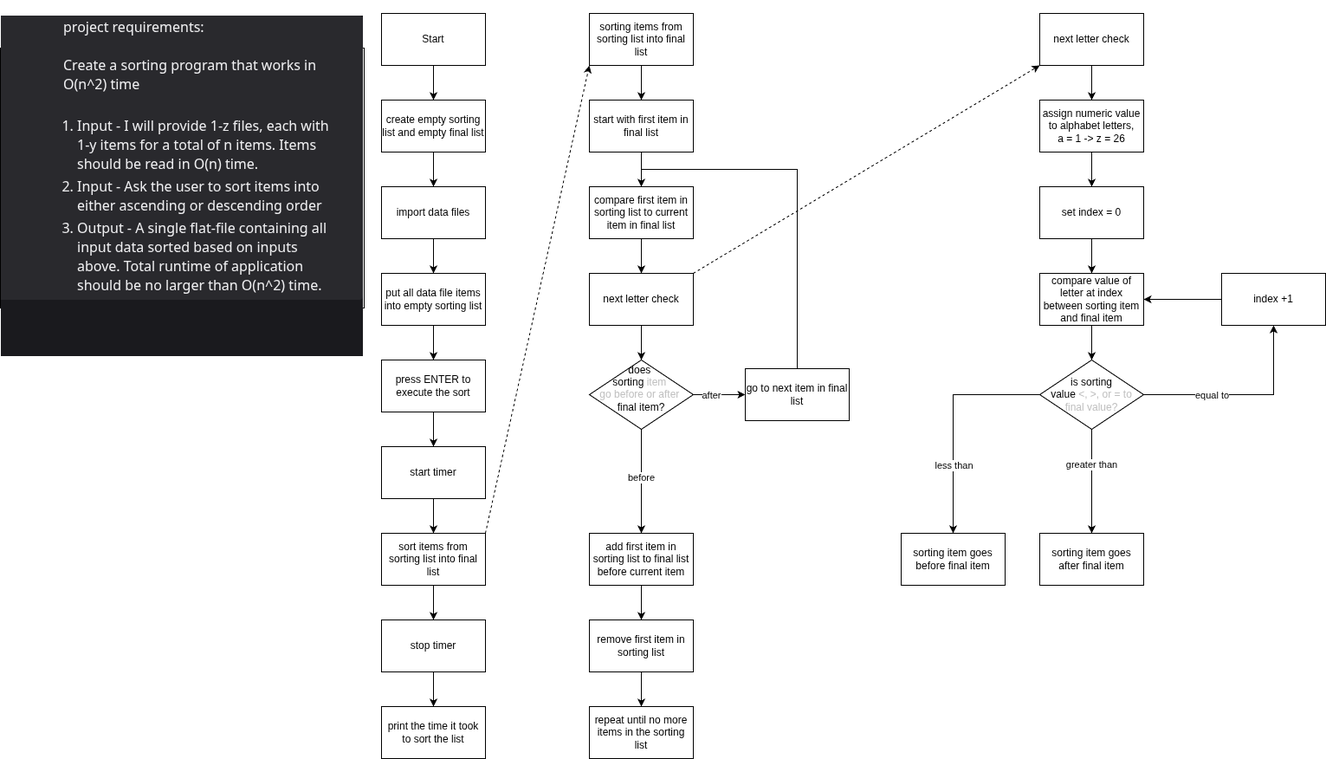
The draw.io diagram lessons/hiru_101/src/sorting_project/docs/solution_flowchart.drawio.png in scurvybird/udemy, before a commit. Source tidied: cells renumbered, new cells last; positions are measured from the earlier drawing's top-left corner, leaving out a move shared by most shapes.
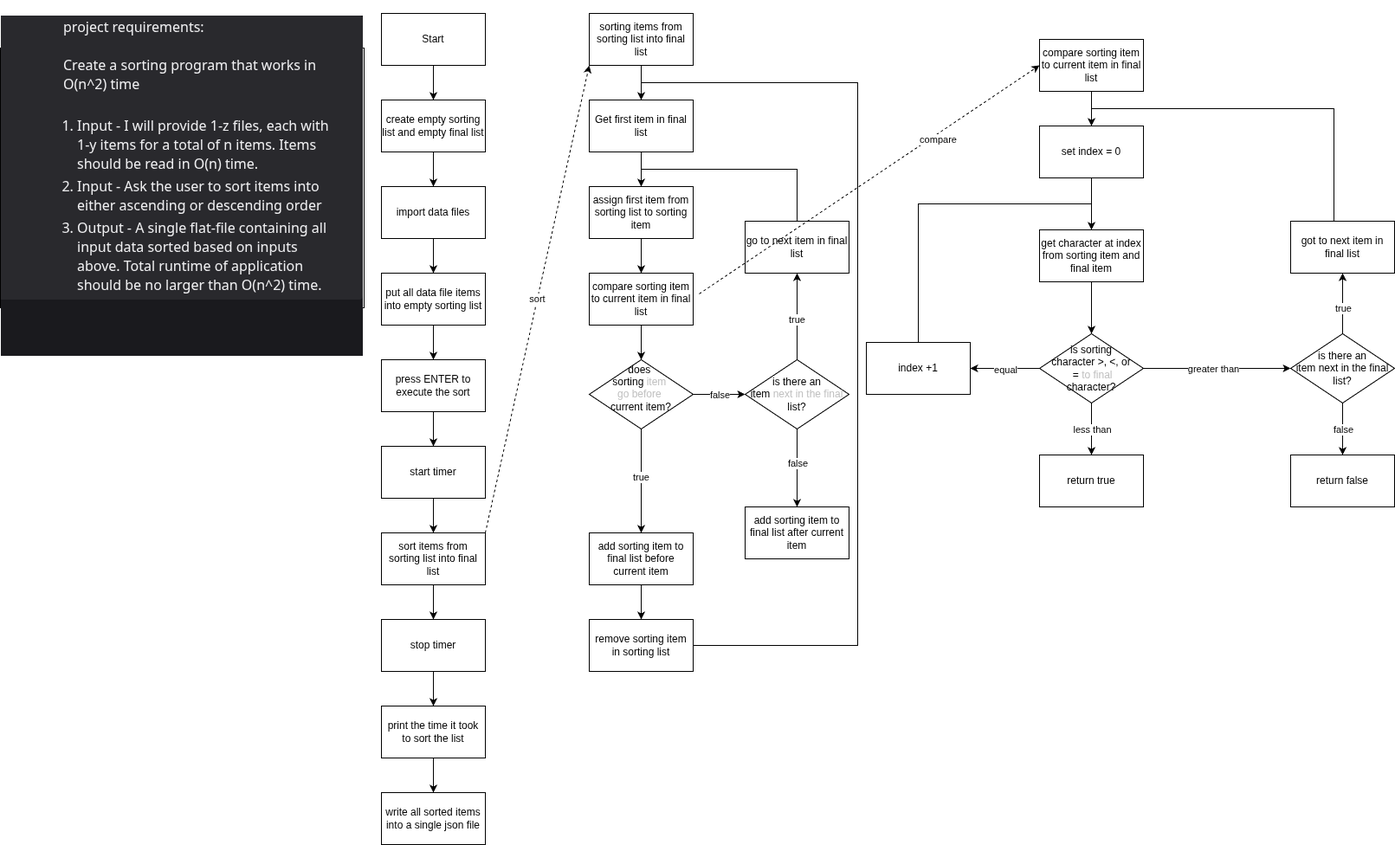
Later version of the same file.

Commit message:
feat: started writing code for sorting_program

What changed in the source:
```diff
@@ -29,30 +29,6 @@
     <mxCell id="10" value="put all data file items into empty sorting list" style="whiteSpace=wrap;html=1;rounded=0;" parent="1" vertex="1">
       <mxGeometry x="440" y="300" width="120" height="60" as="geometry" />
     </mxCell>
-    <mxCell id="11" style="edgeStyle=none;html=1;" parent="1" edge="1" source="12" target="18">
-      <mxGeometry relative="1" as="geometry" />
-    </mxCell>
-    <mxCell id="12" value="next letter check" style="rounded=0;whiteSpace=wrap;html=1;" parent="1" vertex="1">
-      <mxGeometry x="1200" width="120" height="60" as="geometry" />
-    </mxCell>
-    <mxCell id="13" style="edgeStyle=none;html=1;" parent="1" edge="1" source="14" target="50">
-      <mxGeometry relative="1" as="geometry" />
-    </mxCell>
-    <mxCell id="14" value="set index = 0" style="whiteSpace=wrap;html=1;rounded=0;" parent="1" vertex="1">
-      <mxGeometry x="1200" y="200" width="120" height="60" as="geometry" />
-    </mxCell>
-    <mxCell id="15" style="edgeStyle=none;html=1;" parent="1" edge="1" source="16" target="50">
-      <mxGeometry relative="1" as="geometry" />
-    </mxCell>
-    <mxCell id="16" value="index +1" style="rounded=0;whiteSpace=wrap;html=1;" parent="1" vertex="1">
-      <mxGeometry x="1410" y="300" width="120" height="60" as="geometry" />
-    </mxCell>
-    <mxCell id="17" style="edgeStyle=none;html=1;" parent="1" edge="1" source="18" target="14">
-      <mxGeometry relative="1" as="geometry" />
-    </mxCell>
-    <mxCell id="18" value="assign numeric value to alphabet letters,&lt;div&gt;a = 1 -&amp;gt; z = 26&lt;/div&gt;" style="whiteSpace=wrap;html=1;rounded=0;" parent="1" vertex="1">
-      <mxGeometry x="1200" y="100" width="120" height="60" as="geometry" />
-    </mxCell>
     <mxCell id="19" style="edgeStyle=none;html=1;" parent="1" edge="1" source="20" target="22">
       <mxGeometry relative="1" as="geometry" />
     </mxCell>
@@ -68,7 +44,7 @@
     <mxCell id="23" style="edgeStyle=none;html=1;" parent="1" edge="1" source="25" target="27">
       <mxGeometry relative="1" as="geometry" />
     </mxCell>
-    <mxCell id="24" style="edgeStyle=none;html=1;exitX=1;exitY=0;exitDx=0;exitDy=0;entryX=0;entryY=1;entryDx=0;entryDy=0;dashed=1;" parent="1" edge="1" source="25" target="30">
+    <mxCell id="24" value="sort" style="edgeStyle=none;html=1;exitX=1;exitY=0;exitDx=0;exitDy=0;entryX=0;entryY=1;entryDx=0;entryDy=0;dashed=1;" parent="1" edge="1" source="25" target="30">
       <mxGeometry relative="1" as="geometry" />
     </mxCell>
     <mxCell id="25" value="sort items from sorting list into final list" style="whiteSpace=wrap;html=1;rounded=0;" parent="1" vertex="1">
@@ -80,6 +56,9 @@
     <mxCell id="27" value="stop timer" style="whiteSpace=wrap;html=1;rounded=0;" parent="1" vertex="1">
       <mxGeometry x="440" y="700" width="120" height="60" as="geometry" />
     </mxCell>
+    <mxCell id="61" style="edgeStyle=none;html=1;" parent="1" edge="1" source="28" target="90">
+      <mxGeometry relative="1" as="geometry" />
+    </mxCell>
     <mxCell id="28" value="print the time it took to sort the list" style="whiteSpace=wrap;html=1;rounded=0;" parent="1" vertex="1">
       <mxGeometry x="440" y="800" width="120" height="60" as="geometry" />
     </mxCell>
@@ -92,30 +71,30 @@
     <mxCell id="31" style="edgeStyle=none;html=1;" parent="1" edge="1" source="32" target="48">
       <mxGeometry relative="1" as="geometry" />
     </mxCell>
-    <mxCell id="32" value="compare first item in sorting list to current item in final list" style="whiteSpace=wrap;html=1;rounded=0;" parent="1" vertex="1">
+    <mxCell id="32" value="assign first item from sorting list to sorting item" style="whiteSpace=wrap;html=1;rounded=0;" parent="1" vertex="1">
       <mxGeometry x="680" y="200" width="120" height="60" as="geometry" />
     </mxCell>
-    <mxCell id="33" style="edgeStyle=none;html=1;" parent="1" edge="1" source="37" target="41">
-      <mxGeometry relative="1" as="geometry" />
-    </mxCell>
-    <mxCell id="34" value="after" style="edgeLabel;html=1;align=center;verticalAlign=middle;" parent="33" vertex="1">
-      <mxGeometry x="-0.17" y="2" relative="1" as="geometry">
-        <mxPoint x="-5" y="2" as="offset" />
-      </mxGeometry>
-    </mxCell>
     <mxCell id="35" style="edgeStyle=none;html=1;" parent="1" edge="1" source="37" target="43">
       <mxGeometry relative="1" as="geometry" />
     </mxCell>
-    <mxCell id="36" value="before" style="edgeLabel;html=1;align=center;verticalAlign=middle;" parent="35" vertex="1">
+    <mxCell id="36" value="true" style="edgeLabel;html=1;align=center;verticalAlign=middle;" parent="35" vertex="1">
       <mxGeometry x="-0.08" y="-1" relative="1" as="geometry" />
     </mxCell>
+    <mxCell id="62" style="edgeStyle=none;html=1;" parent="1" edge="1" source="37" target="82">
+      <mxGeometry relative="1" as="geometry" />
+    </mxCell>
+    <mxCell id="63" value="false" style="edgeLabel;html=1;align=center;verticalAlign=middle;" parent="62" vertex="1">
+      <mxGeometry x="-0.12" relative="1" as="geometry">
+        <mxPoint x="4" as="offset" />
+      </mxGeometry>
+    </mxCell>
-    <mxCell id="37" value="does&amp;nbsp;&lt;div&gt;sorting&amp;nbsp;&lt;span style=&quot;color: rgb(192, 192, 192); background-color: transparent;&quot;&gt;item&amp;nbsp;&lt;/span&gt;&lt;/div&gt;&lt;div&gt;&lt;span style=&quot;color: rgb(192, 192, 192); background-color: transparent;&quot;&gt;go before&amp;nbsp;&lt;/span&gt;&lt;span style=&quot;background-color: transparent; color: rgb(192, 192, 192);&quot;&gt;or after&amp;nbsp;&lt;/span&gt;&lt;div&gt;&lt;div&gt;final item?&lt;/div&gt;&lt;/div&gt;&lt;/div&gt;&lt;div&gt;&lt;br&gt;&lt;/div&gt;" style="rhombus;whiteSpace=wrap;html=1;rounded=0;" parent="1" vertex="1">
+    <mxCell id="37" value="does&amp;nbsp;&lt;div&gt;sorting&amp;nbsp;&lt;span style=&quot;color: rgb(192, 192, 192); background-color: transparent;&quot;&gt;item&amp;nbsp;&lt;/span&gt;&lt;/div&gt;&lt;div&gt;&lt;span style=&quot;color: rgb(192, 192, 192); background-color: transparent;&quot;&gt;go before&lt;/span&gt;&lt;span style=&quot;background-color: transparent; color: rgb(192, 192, 192);&quot;&gt;&amp;nbsp;&lt;/span&gt;&lt;div&gt;&lt;div&gt;current item?&lt;/div&gt;&lt;/div&gt;&lt;/div&gt;&lt;div&gt;&lt;br&gt;&lt;/div&gt;" style="rhombus;whiteSpace=wrap;html=1;rounded=0;" parent="1" vertex="1">
       <mxGeometry x="680" y="400" width="120" height="80" as="geometry" />
     </mxCell>
     <mxCell id="38" style="edgeStyle=none;html=1;" parent="1" edge="1" source="39" target="32">
       <mxGeometry relative="1" as="geometry" />
     </mxCell>
-    <mxCell id="39" value="start with first item in final list" style="whiteSpace=wrap;html=1;rounded=0;" parent="1" vertex="1">
+    <mxCell id="39" value="Get first item in final list" style="whiteSpace=wrap;html=1;rounded=0;" parent="1" vertex="1">
       <mxGeometry x="680" y="100" width="120" height="60" as="geometry" />
     </mxCell>
     <mxCell id="40" style="edgeStyle=orthogonalEdgeStyle;html=1;exitX=0.5;exitY=0;exitDx=0;exitDy=0;entryX=0.5;entryY=0;entryDx=0;entryDy=0;rounded=0;curved=0;" parent="1" edge="1" source="41" target="32">
@@ -127,75 +106,147 @@
       </mxGeometry>
     </mxCell>
     <mxCell id="41" value="go to next item in final list" style="whiteSpace=wrap;html=1;rounded=0;" parent="1" vertex="1">
-      <mxGeometry x="860" y="410" width="120" height="60" as="geometry" />
+      <mxGeometry x="860" y="240" width="120" height="60" as="geometry" />
     </mxCell>
     <mxCell id="42" style="edgeStyle=none;html=1;" parent="1" edge="1" source="43" target="45">
       <mxGeometry relative="1" as="geometry" />
     </mxCell>
-    <mxCell id="43" value="add first item in sorting list to final list before current item" style="whiteSpace=wrap;html=1;rounded=0;" parent="1" vertex="1">
+    <mxCell id="43" value="add sorting item to final list before current item" style="whiteSpace=wrap;html=1;rounded=0;" parent="1" vertex="1">
       <mxGeometry x="680" y="600" width="120" height="60" as="geometry" />
     </mxCell>
-    <mxCell id="44" style="edgeStyle=none;html=1;" parent="1" edge="1" source="45" target="60">
-      <mxGeometry relative="1" as="geometry" />
+    <mxCell id="44" style="edgeStyle=orthogonalEdgeStyle;html=1;entryX=0.5;entryY=0;entryDx=0;entryDy=0;rounded=0;curved=0;" parent="1" edge="1" source="45" target="39">
+      <mxGeometry relative="1" as="geometry">
+        <Array as="points">
+          <mxPoint x="990" y="730" />
+          <mxPoint x="990" y="80" />
+          <mxPoint x="740" y="80" />
+        </Array>
+      </mxGeometry>
     </mxCell>
-    <mxCell id="45" value="remove first item in sorting list" style="whiteSpace=wrap;html=1;rounded=0;" parent="1" vertex="1">
+    <mxCell id="45" value="remove sorting item in sorting list" style="whiteSpace=wrap;html=1;rounded=0;" parent="1" vertex="1">
       <mxGeometry x="680" y="700" width="120" height="60" as="geometry" />
     </mxCell>
     <mxCell id="46" style="edgeStyle=none;html=1;" parent="1" edge="1" source="48" target="37">
       <mxGeometry relative="1" as="geometry" />
     </mxCell>
-    <mxCell id="47" style="edgeStyle=none;html=1;exitX=1;exitY=0;exitDx=0;exitDy=0;entryX=0;entryY=1;entryDx=0;entryDy=0;dashed=1;" parent="1" edge="1" source="48" target="12">
-      <mxGeometry relative="1" as="geometry" />
+    <mxCell id="47" value="compare" style="edgeStyle=none;html=1;exitX=1.058;exitY=0.399;exitDx=0;exitDy=0;entryX=0;entryY=1;entryDx=0;entryDy=0;dashed=1;exitPerimeter=0;" parent="1" edge="1" source="48">
+      <mxGeometry x="0.38" y="-6" relative="1" as="geometry">
+        <mxPoint x="1200" y="60" as="targetPoint" />
+      </mxGeometry>
     </mxCell>
-    <mxCell id="48" value="next letter check" style="whiteSpace=wrap;html=1;rounded=0;" parent="1" vertex="1">
+    <mxCell id="48" value="compare sorting item to current item in final list" style="whiteSpace=wrap;html=1;rounded=0;" parent="1" vertex="1">
       <mxGeometry x="680" y="300" width="120" height="60" as="geometry" />
     </mxCell>
-    <mxCell id="49" style="edgeStyle=none;html=1;" parent="1" edge="1" source="50" target="57">
-      <mxGeometry relative="1" as="geometry" />
-    </mxCell>
-    <mxCell id="50" value="compare value of letter at index between sorting item and final item" style="rounded=0;whiteSpace=wrap;html=1;" parent="1" vertex="1">
-      <mxGeometry x="1200" y="300" width="120" height="60" as="geometry" />
-    </mxCell>
-    <mxCell id="51" style="edgeStyle=orthogonalEdgeStyle;html=1;rounded=0;curved=0;" parent="1" edge="1" source="57" target="58">
-      <mxGeometry relative="1" as="geometry">
-        <Array as="points">
-          <mxPoint x="1100" y="440" />
-        </Array>
-      </mxGeometry>
-    </mxCell>
+    <mxCell id="64" style="edgeStyle=none;html=1;" parent="1" edge="1" source="65" target="14">
+      <mxGeometry relative="1" as="geometry" />
+    </mxCell>
+    <mxCell id="65" value="compare sorting item to current item in final list" style="rounded=0;whiteSpace=wrap;html=1;" parent="1" vertex="1">
+      <mxGeometry x="1200" y="30" width="120" height="60" as="geometry" />
+    </mxCell>
+    <mxCell id="66" style="edgeStyle=none;html=1;" parent="1" edge="1" source="14" target="68">
+      <mxGeometry relative="1" as="geometry" />
+    </mxCell>
+    <mxCell id="14" value="set index = 0" style="whiteSpace=wrap;html=1;rounded=0;" parent="1" vertex="1">
+      <mxGeometry x="1200" y="130" width="120" height="60" as="geometry" />
+    </mxCell>
+    <mxCell id="67" style="edgeStyle=none;html=1;" parent="1" edge="1" source="68" target="73">
+      <mxGeometry relative="1" as="geometry" />
+    </mxCell>
+    <mxCell id="68" value="get character at index from sorting item and final item" style="whiteSpace=wrap;html=1;rounded=0;" parent="1" vertex="1">
+      <mxGeometry x="1200" y="250" width="120" height="60" as="geometry" />
+    </mxCell>
+    <mxCell id="69" style="edgeStyle=none;html=1;" parent="1" edge="1" source="73" target="74">
+      <mxGeometry relative="1" as="geometry" />
+    </mxCell>
-    <mxCell id="52" value="less than" style="edgeLabel;html=1;align=center;verticalAlign=middle;" parent="51" vertex="1">
-      <mxGeometry x="0.39" relative="1" as="geometry" />
+    <mxCell id="52" value="less than" style="edgeLabel;html=1;align=center;verticalAlign=middle;" parent="69" vertex="1">
+      <mxGeometry x="-0.08" relative="1" as="geometry">
+        <mxPoint y="2" as="offset" />
+      </mxGeometry>
     </mxCell>
-    <mxCell id="53" style="edgeStyle=none;html=1;" parent="1" edge="1" source="57" target="59">
-      <mxGeometry relative="1" as="geometry" />
-    </mxCell>
+    <mxCell id="70" style="edgeStyle=none;html=1;" parent="1" edge="1" source="73" target="16">
+      <mxGeometry relative="1" as="geometry" />
+    </mxCell>
+    <mxCell id="71" value="equal" style="edgeLabel;html=1;align=center;verticalAlign=middle;" parent="70" vertex="1">
+      <mxGeometry y="1" relative="1" as="geometry" />
+    </mxCell>
+    <mxCell id="72" style="edgeStyle=none;html=1;" parent="1" edge="1" source="73" target="88">
+      <mxGeometry relative="1" as="geometry" />
+    </mxCell>
-    <mxCell id="54" value="greater than" style="edgeLabel;html=1;align=center;verticalAlign=middle;" parent="53" vertex="1">
-      <mxGeometry x="-0.33" y="-1" relative="1" as="geometry" />
+    <mxCell id="54" value="greater than" style="edgeLabel;html=1;align=center;verticalAlign=middle;" parent="72" vertex="1">
+      <mxGeometry x="-0.35" y="4" relative="1" as="geometry">
+        <mxPoint x="25" y="4" as="offset" />
+      </mxGeometry>
     </mxCell>
-    <mxCell id="55" style="edgeStyle=orthogonalEdgeStyle;html=1;exitX=1;exitY=0.5;exitDx=0;exitDy=0;entryX=0.5;entryY=1;entryDx=0;entryDy=0;rounded=0;curved=0;" parent="1" edge="1" source="57" target="16">
-      <mxGeometry relative="1" as="geometry">
-        <Array as="points">
-          <mxPoint x="1470" y="440" />
-          <mxPoint x="1470" y="360" />
-        </Array>
-      </mxGeometry>
-    </mxCell>
-    <mxCell id="56" value="equal to" style="edgeLabel;html=1;align=center;verticalAlign=middle;" parent="55" vertex="1">
-      <mxGeometry x="-0.32" y="-3" relative="1" as="geometry">
-        <mxPoint y="-3" as="offset" />
-      </mxGeometry>
-    </mxCell>
-    <mxCell id="57" value="is sorting&lt;div&gt;value&amp;nbsp;&lt;span style=&quot;color: rgb(192, 192, 192); background-color: transparent;&quot;&gt;&amp;lt;, &amp;gt;, or = to final value?&lt;/span&gt;&lt;/div&gt;" style="rhombus;whiteSpace=wrap;html=1;rounded=0;" parent="1" vertex="1">
-      <mxGeometry x="1200" y="400" width="120" height="80" as="geometry" />
-    </mxCell>
-    <mxCell id="58" value="sorting item goes before final item" style="whiteSpace=wrap;html=1;rounded=0;" parent="1" vertex="1">
-      <mxGeometry x="1040" y="600" width="120" height="60" as="geometry" />
-    </mxCell>
-    <mxCell id="59" value="sorting item goes after final item" style="whiteSpace=wrap;html=1;rounded=0;" parent="1" vertex="1">
-      <mxGeometry x="1200" y="600" width="120" height="60" as="geometry" />
-    </mxCell>
-    <mxCell id="60" value="repeat until no more items in the sorting list" style="whiteSpace=wrap;html=1;rounded=0;" parent="1" vertex="1">
-      <mxGeometry x="680" y="800" width="120" height="60" as="geometry" />
-    </mxCell>
+    <mxCell id="73" value="is sorting&lt;div&gt;character &amp;gt;, &amp;lt;, or&lt;/div&gt;&lt;div&gt;&amp;nbsp;=&amp;nbsp;&lt;span style=&quot;color: rgb(192, 192, 192); background-color: transparent;&quot;&gt;to final&lt;/span&gt;&lt;/div&gt;&lt;div&gt;character?&lt;/div&gt;" style="rhombus;whiteSpace=wrap;html=1;rounded=0;" parent="1" vertex="1">
+      <mxGeometry x="1200" y="370" width="120" height="80" as="geometry" />
+    </mxCell>
+    <mxCell id="74" value="return true" style="whiteSpace=wrap;html=1;rounded=0;" parent="1" vertex="1">
+      <mxGeometry x="1200" y="510" width="120" height="60" as="geometry" />
+    </mxCell>
+    <mxCell id="75" style="edgeStyle=orthogonalEdgeStyle;html=1;exitX=0.5;exitY=0;exitDx=0;exitDy=0;entryX=0.5;entryY=0;entryDx=0;entryDy=0;rounded=0;curved=0;" parent="1" edge="1" source="76" target="14">
+      <mxGeometry relative="1" as="geometry">
+        <Array as="points">
+          <mxPoint x="1540" y="110" />
+          <mxPoint x="1260" y="110" />
+        </Array>
+      </mxGeometry>
+    </mxCell>
+    <mxCell id="76" value="got to next item in final list" style="whiteSpace=wrap;html=1;rounded=0;" parent="1" vertex="1">
+      <mxGeometry x="1490" y="240" width="120" height="60" as="geometry" />
+    </mxCell>
+    <mxCell id="77" style="edgeStyle=orthogonalEdgeStyle;html=1;exitX=0.5;exitY=0;exitDx=0;exitDy=0;entryX=0.5;entryY=0;entryDx=0;entryDy=0;rounded=0;curved=0;" parent="1" edge="1" source="16" target="68">
+      <mxGeometry relative="1" as="geometry">
+        <Array as="points">
+          <mxPoint x="1060" y="220" />
+          <mxPoint x="1260" y="220" />
+        </Array>
+      </mxGeometry>
+    </mxCell>
+    <mxCell id="16" value="index +1" style="whiteSpace=wrap;html=1;rounded=0;" parent="1" vertex="1">
+      <mxGeometry x="1000" y="380" width="120" height="60" as="geometry" />
+    </mxCell>
+    <mxCell id="78" style="edgeStyle=none;html=1;" parent="1" edge="1" source="82" target="41">
+      <mxGeometry relative="1" as="geometry" />
+    </mxCell>
+    <mxCell id="79" value="true" style="edgeLabel;html=1;align=center;verticalAlign=middle;" parent="78" vertex="1">
+      <mxGeometry x="-0.06" y="1" relative="1" as="geometry" />
+    </mxCell>
+    <mxCell id="80" style="edgeStyle=none;html=1;" parent="1" edge="1" source="82" target="83">
+      <mxGeometry relative="1" as="geometry" />
+    </mxCell>
+    <mxCell id="81" value="false" style="edgeLabel;html=1;align=center;verticalAlign=middle;" parent="80" vertex="1">
+      <mxGeometry x="-0.19" y="2" relative="1" as="geometry">
+        <mxPoint x="-2" y="3" as="offset" />
+      </mxGeometry>
+    </mxCell>
+    <mxCell id="82" value="is there an&lt;div&gt;item&amp;nbsp;&lt;span style=&quot;color: rgb(192, 192, 192); background-color: transparent;&quot;&gt;next in the final&lt;/span&gt;&lt;div&gt;list?&lt;/div&gt;&lt;/div&gt;" style="rhombus;whiteSpace=wrap;html=1;rounded=0;" parent="1" vertex="1">
+      <mxGeometry x="860" y="400" width="120" height="80" as="geometry" />
+    </mxCell>
+    <mxCell id="83" value="add sorting item to final list after current item" style="whiteSpace=wrap;html=1;rounded=0;" parent="1" vertex="1">
+      <mxGeometry x="860" y="570" width="120" height="60" as="geometry" />
+    </mxCell>
+    <mxCell id="84" style="edgeStyle=none;html=1;" parent="1" edge="1" source="88" target="76">
+      <mxGeometry relative="1" as="geometry" />
+    </mxCell>
+    <mxCell id="85" value="true" style="edgeLabel;html=1;align=center;verticalAlign=middle;" parent="84" vertex="1">
+      <mxGeometry x="-0.13" relative="1" as="geometry" />
+    </mxCell>
+    <mxCell id="86" style="edgeStyle=none;html=1;" parent="1" edge="1" source="88" target="89">
+      <mxGeometry relative="1" as="geometry" />
+    </mxCell>
+    <mxCell id="87" value="false" style="edgeLabel;html=1;align=center;verticalAlign=middle;" parent="86" vertex="1">
+      <mxGeometry x="-0.25" y="2" relative="1" as="geometry">
+        <mxPoint x="-2" y="8" as="offset" />
+      </mxGeometry>
+    </mxCell>
+    <mxCell id="88" value="is there an&lt;div&gt;item next in the final list?&lt;/div&gt;" style="rhombus;whiteSpace=wrap;html=1;rounded=0;" parent="1" vertex="1">
+      <mxGeometry x="1490" y="370" width="120" height="80" as="geometry" />
+    </mxCell>
+    <mxCell id="89" value="return false" style="whiteSpace=wrap;html=1;rounded=0;" parent="1" vertex="1">
+      <mxGeometry x="1490" y="510" width="120" height="60" as="geometry" />
+    </mxCell>
+    <mxCell id="90" value="write all sorted items into a single json file" style="whiteSpace=wrap;html=1;rounded=0;" parent="1" vertex="1">
+      <mxGeometry x="440" y="900" width="120" height="60" as="geometry" />
+    </mxCell>
   </root>
 </mxGraphModel>
```
